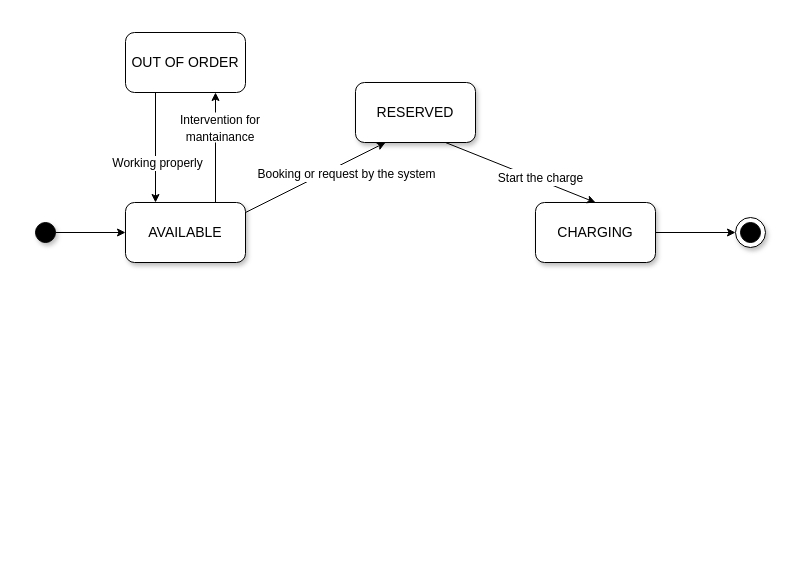
Earlier version of the draw.io diagram page "Pagina-1" (1 of 2) of RASD/src/state_diagram/cp.drawio (gio-del/eMall). Source tidied: cells renumbered, new cells numbered last; positions are measured from the earlier drawing's top-left corner, leaving out a move shared by most shapes. Both pictures are drawn from the tidied source at 100%, with x=0, y=0 at pixel (35, 32).
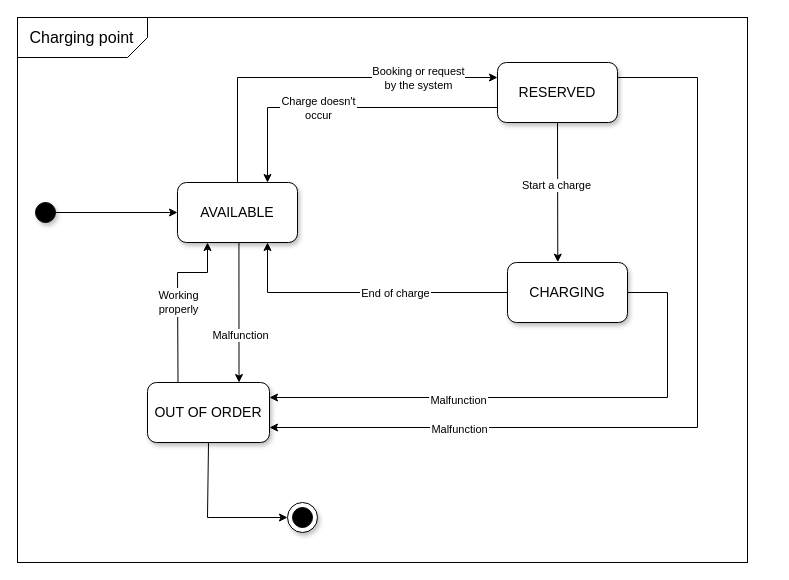
The same diagram, later.

What changed in the source:
```diff
@@
     <mxCell id="2" value="&lt;font style=&quot;font-size: 14px;&quot;&gt;AVAILABLE&lt;/font&gt;" style="rounded=1;whiteSpace=wrap;html=1;shadow=1;" parent="1" vertex="1">
-      <mxGeometry x="90" y="170" width="120" height="60" as="geometry" />
+      <mxGeometry x="142" y="150" width="120" height="60" as="geometry" />
     </mxCell>
     <mxCell id="3" style="ellipse;whiteSpace=wrap;html=1;fontSize=14;fillColor=#000000;shadow=1;" parent="1" vertex="1">
-      <mxGeometry y="190" width="20" height="20" as="geometry" />
+      <mxGeometry y="170" width="20" height="20" as="geometry" />
     </mxCell>
@@
     <mxCell id="5" value="RESERVED" style="rounded=1;whiteSpace=wrap;html=1;fontSize=14;fillColor=#FFFFFF;shadow=1;" parent="1" vertex="1">
-      <mxGeometry x="320" y="50" width="120" height="60" as="geometry" />
+      <mxGeometry x="462" y="30" width="120" height="60" as="geometry" />
     </mxCell>
     <mxCell id="6" value="CHARGING" style="rounded=1;whiteSpace=wrap;html=1;fontSize=14;fillColor=#FFFFFF;shadow=1;" parent="1" vertex="1">
-      <mxGeometry x="500" y="170" width="120" height="60" as="geometry" />
+      <mxGeometry x="472" y="230" width="120" height="60" as="geometry" />
     </mxCell>
-    <mxCell id="7" value="OUT OF ORDER" style="rounded=1;whiteSpace=wrap;html=1;fontSize=14;fillColor=#FFFFFF;" parent="1" vertex="1">
-      <mxGeometry x="90" width="120" height="60" as="geometry" />
+    <mxCell id="7" value="OUT OF ORDER" style="rounded=1;whiteSpace=wrap;html=1;fontSize=14;fillColor=#FFFFFF;shadow=1;fontFamily=Helvetica;" parent="1" vertex="1">
+      <mxGeometry x="112" y="350" width="122" height="60" as="geometry" />
     </mxCell>
-    <mxCell id="8" style="endArrow=classic;html=1;rounded=0;fontSize=14;entryX=0.25;entryY=1;entryDx=0;entryDy=0;" parent="1" edge="1" target="5">
+    <mxCell id="8" style="endArrow=classic;html=1;rounded=0;fontSize=14;entryX=0;entryY=0.25;entryDx=0;entryDy=0;exitX=0.5;exitY=0;exitDx=0;exitDy=0;" parent="1" edge="1" source="2" target="5">
       <mxGeometry relative="1" as="geometry">
-        <mxPoint x="210" y="180" as="sourcePoint" />
+        <Array as="points">
+          <mxPoint x="202" y="45" />
+        </Array>
       </mxGeometry>
     </mxCell>
-    <mxCell id="9" value="&lt;font style=&quot;font-size: 12px;&quot;&gt;Booking or request by the system&lt;/font&gt;" style="edgeLabel;html=1;align=center;verticalAlign=middle;fontSize=14;" parent="8" vertex="1">
-      <mxGeometry x="-0.35" relative="1" as="geometry">
-        <mxPoint x="55" y="-17" as="offset" />
+    <mxCell id="9" value="Booking or request&lt;br style=&quot;font-size: 11px;&quot;&gt;by the system" style="edgeLabel;html=1;align=center;verticalAlign=middle;fontSize=11;fontFamily=Helvetica;" parent="8" vertex="1">
+      <mxGeometry x="0.63" y="-1" relative="1" as="geometry">
+        <mxPoint x="-12" as="offset" />
       </mxGeometry>
     </mxCell>
-    <mxCell id="10" style="endArrow=classic;html=1;rounded=0;fontSize=14;entryX=0.5;entryY=0;entryDx=0;entryDy=0;exitX=0.75;exitY=1;exitDx=0;exitDy=0;" parent="1" edge="1" source="5" target="6">
+    <mxCell id="10" style="endArrow=classic;html=1;rounded=0;fontSize=14;entryX=0.419;entryY=-0.006;entryDx=0;entryDy=0;exitX=0.5;exitY=1;exitDx=0;exitDy=0;entryPerimeter=0;" parent="1" edge="1" source="5" target="6">
       <mxGeometry relative="1" as="geometry" />
     </mxCell>
-    <mxCell id="11" value="&lt;font style=&quot;font-size: 12px;&quot;&gt;Start the charge&lt;/font&gt;" style="edgeLabel;html=1;align=center;verticalAlign=middle;fontSize=14;" parent="10" vertex="1">
-      <mxGeometry x="0.27" y="-2" relative="1" as="geometry">
-        <mxPoint y="-6" as="offset" />
-      </mxGeometry>
-    </mxCell>
-    <mxCell id="12" style="ellipse;whiteSpace=wrap;html=1;shadow=1;fontSize=14;fillColor=#FFFFFF;" parent="1" vertex="1">
-      <mxGeometry x="700" y="185" width="30" height="30" as="geometry" />
-    </mxCell>
-    <mxCell id="13" style="ellipse;whiteSpace=wrap;html=1;shadow=0;fontSize=14;fillColor=#000000;" parent="1" vertex="1">
-      <mxGeometry x="705" y="190" width="20" height="20" as="geometry" />
-    </mxCell>
-    <mxCell id="14" style="endArrow=classic;html=1;rounded=0;fontSize=14;entryX=0;entryY=0.5;entryDx=0;entryDy=0;exitX=1;exitY=0.5;exitDx=0;exitDy=0;" parent="1" edge="1" source="6" target="12">
-      <mxGeometry relative="1" as="geometry" />
-    </mxCell>
+    <mxCell id="19" value="Start a charge" style="edgeLabel;html=1;align=center;verticalAlign=middle;fontSize=11;fontFamily=Helvetica;" parent="10" vertex="1">
+      <mxGeometry x="-0.11" y="-2" relative="1" as="geometry" />
+    </mxCell>
+    <mxCell id="20" style="endArrow=classic;html=1;rounded=0;fontSize=12;fontColor=#000000;exitX=0;exitY=0.5;exitDx=0;exitDy=0;entryX=0.75;entryY=1;entryDx=0;entryDy=0;" parent="1" edge="1" source="6" target="2">
+      <mxGeometry relative="1" as="geometry">
+        <Array as="points">
+          <mxPoint x="232" y="260" />
+        </Array>
+      </mxGeometry>
+    </mxCell>
+    <mxCell id="21" value="End of charge" style="edgeLabel;html=1;align=center;verticalAlign=middle;fontSize=11;fontFamily=Helvetica;labelBorderColor=#FFFFFF;" parent="20" vertex="1">
+      <mxGeometry x="-0.22" y="1" relative="1" as="geometry">
+        <mxPoint y="-1" as="offset" />
+      </mxGeometry>
+    </mxCell>
+    <mxCell id="22" style="endArrow=classic;html=1;rounded=0;fontSize=12;fontColor=#000000;exitX=0;exitY=0.75;exitDx=0;exitDy=0;entryX=0.75;entryY=0;entryDx=0;entryDy=0;" parent="1" edge="1" source="5" target="2">
+      <mxGeometry relative="1" as="geometry">
+        <Array as="points">
+          <mxPoint x="232" y="75" />
+        </Array>
+      </mxGeometry>
+    </mxCell>
+    <mxCell id="23" value="Charge doesn't&lt;br style=&quot;font-size: 11px;&quot;&gt;occur" style="edgeLabel;html=1;align=center;verticalAlign=middle;fontSize=11;fontFamily=Helvetica;labelBorderColor=#FFFFFF;" parent="22" vertex="1">
+      <mxGeometry x="-0.34" relative="1" as="geometry">
+        <mxPoint x="-79" as="offset" />
+      </mxGeometry>
+    </mxCell>
-    <mxCell id="15" style="endArrow=classic;html=1;rounded=0;fontSize=14;entryX=0.75;entryY=1;entryDx=0;entryDy=0;exitX=0.75;exitY=0;exitDx=0;exitDy=0;" parent="1" edge="1" source="2" target="7">
+    <mxCell id="15" style="endArrow=classic;html=1;rounded=0;fontSize=12;fontColor=#000000;exitX=0.512;exitY=1.005;exitDx=0;exitDy=0;entryX=0.75;entryY=0;entryDx=0;entryDy=0;exitPerimeter=0;" parent="1" edge="1" source="2" target="7">
       <mxGeometry relative="1" as="geometry" />
     </mxCell>
-    <mxCell id="16" value="&lt;font style=&quot;font-size: 12px;&quot;&gt;Intervention for mantainance&lt;/font&gt;" style="rounded=0;whiteSpace=wrap;html=1;shadow=0;fontSize=14;fillColor=#FFFFFF;fontColor=#000000;strokeColor=none;" parent="1" vertex="1">
-      <mxGeometry x="140" y="80" width="90" height="30" as="geometry" />
-    </mxCell>
+    <mxCell id="24" value="Malfunction" style="edgeLabel;html=1;align=center;verticalAlign=middle;fontSize=11;fontFamily=Helvetica;" parent="15" vertex="1">
+      <mxGeometry x="0.31" y="1" relative="1" as="geometry" />
+    </mxCell>
-    <mxCell id="17" style="endArrow=classic;html=1;rounded=0;fontSize=12;fontColor=#000000;exitX=0.25;exitY=1;exitDx=0;exitDy=0;entryX=0.25;entryY=0;entryDx=0;entryDy=0;" parent="1" edge="1" source="7" target="2">
-      <mxGeometry relative="1" as="geometry" />
+    <mxCell id="17" style="endArrow=classic;html=1;rounded=0;fontSize=12;fontColor=#000000;exitX=0.25;exitY=0;exitDx=0;exitDy=0;entryX=0.25;entryY=1;entryDx=0;entryDy=0;" parent="1" edge="1" source="7" target="2">
+      <mxGeometry relative="1" as="geometry">
+        <Array as="points">
+          <mxPoint x="142" y="240" />
+          <mxPoint x="172" y="240" />
+        </Array>
+      </mxGeometry>
     </mxCell>
-    <mxCell id="18" value="Working properly" style="edgeLabel;html=1;align=center;verticalAlign=middle;fontSize=12;fontColor=#000000;" parent="17" vertex="1">
-      <mxGeometry x="0.11" y="1" relative="1" as="geometry">
-        <mxPoint y="9" as="offset" />
+    <mxCell id="18" value="Working&lt;br style=&quot;font-size: 11px;&quot;&gt;properly" style="edgeLabel;html=1;align=center;verticalAlign=middle;fontSize=11;fontFamily=Helvetica;labelBorderColor=#FFFFFF;" parent="17" vertex="1">
+      <mxGeometry x="-0.21" y="-2" relative="1" as="geometry">
+        <mxPoint x="-2" y="-13" as="offset" />
       </mxGeometry>
     </mxCell>
+    <mxCell id="25" style="endArrow=classic;html=1;rounded=0;fontSize=12;fontColor=#000000;exitX=1;exitY=0.25;exitDx=0;exitDy=0;entryX=1;entryY=0.75;entryDx=0;entryDy=0;" parent="1" edge="1" source="5" target="7">
+      <mxGeometry relative="1" as="geometry">
+        <Array as="points">
+          <mxPoint x="662" y="45" />
+          <mxPoint x="662" y="395" />
+        </Array>
+      </mxGeometry>
+    </mxCell>
+    <mxCell id="26" value="Malfunction" style="edgeLabel;html=1;align=center;verticalAlign=middle;fontSize=11;labelBorderColor=#FFFFFF;fontFamily=Helvetica;" parent="25" vertex="1">
+      <mxGeometry x="0.37" y="1" relative="1" as="geometry">
+        <mxPoint x="-81" as="offset" />
+      </mxGeometry>
+    </mxCell>
+    <mxCell id="27" style="endArrow=classic;html=1;rounded=0;fontSize=12;fontColor=#000000;exitX=1;exitY=0.5;exitDx=0;exitDy=0;entryX=1;entryY=0.25;entryDx=0;entryDy=0;" parent="1" edge="1" source="6" target="7">
+      <mxGeometry relative="1" as="geometry">
+        <Array as="points">
+          <mxPoint x="632" y="260" />
+          <mxPoint x="632" y="365" />
+        </Array>
+      </mxGeometry>
+    </mxCell>
+    <mxCell id="28" value="Malfunction" style="edgeLabel;align=center;verticalAlign=middle;fontSize=11;labelBorderColor=#FFFFFF;html=1;spacingRight=0;fontFamily=Helvetica;" parent="27" vertex="1">
+      <mxGeometry x="0.02" y="2" relative="1" as="geometry">
+        <mxPoint x="-78" as="offset" />
+      </mxGeometry>
+    </mxCell>
+    <mxCell id="29" style="ellipse;whiteSpace=wrap;html=1;shadow=1;fontSize=14;fillColor=#FFFFFF;" parent="1" vertex="1">
+      <mxGeometry x="252" y="470" width="30" height="30" as="geometry" />
+    </mxCell>
+    <mxCell id="30" style="ellipse;whiteSpace=wrap;html=1;shadow=0;fontSize=14;fillColor=#000000;" parent="1" vertex="1">
+      <mxGeometry x="257" y="475" width="20" height="20" as="geometry" />
+    </mxCell>
+    <mxCell id="31" style="endArrow=classic;html=1;rounded=0;fontFamily=Helvetica;fontSize=11;exitX=0.5;exitY=1;exitDx=0;exitDy=0;entryX=0;entryY=0.5;entryDx=0;entryDy=0;" parent="1" edge="1" source="7" target="29">
+      <mxGeometry relative="1" as="geometry">
+        <Array as="points">
+          <mxPoint x="172" y="485" />
+        </Array>
+      </mxGeometry>
+    </mxCell>
+    <mxCell id="32" style="rounded=0;whiteSpace=wrap;html=1;labelBorderColor=default;fontFamily=Helvetica;fontSize=11;labelBackgroundColor=none;fillColor=none;" parent="1" vertex="1">
+      <mxGeometry x="-18" y="-15" width="730" height="545" as="geometry" />
+    </mxCell>
+    <mxCell id="33" style="verticalLabelPosition=bottom;verticalAlign=top;html=1;shape=card;whiteSpace=wrap;size=20;arcSize=12;labelBackgroundColor=none;labelBorderColor=default;fontFamily=Helvetica;fontSize=11;fillColor=none;rotation=-180;" parent="1" vertex="1">
+      <mxGeometry x="-18" y="-15" width="130" height="40" as="geometry" />
+    </mxCell>
+    <mxCell id="34" value="Charging point" style="text;strokeColor=none;fillColor=none;html=1;fontSize=16;fontStyle=0;verticalAlign=middle;align=center;labelBackgroundColor=none;labelBorderColor=none;fontFamily=Helvetica;" parent="1" vertex="1">
+      <mxGeometry x="-4" y="-15" width="100" height="40" as="geometry" />
+    </mxCell>
```
